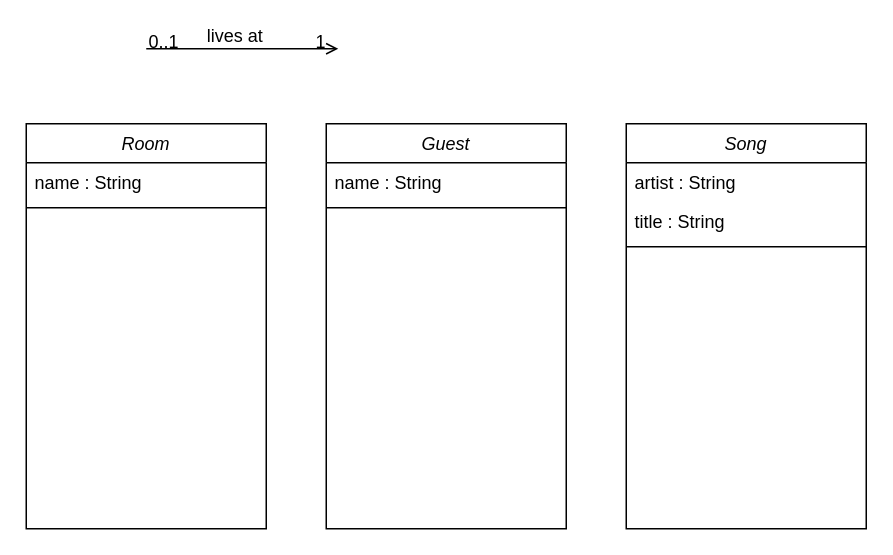
Earlier version of the draw.io diagram ClassDiagram.drawio (Michalju/week2_day5_homework). Source tidied: cells renumbered, new cells numbered last; positions are measured from the earlier drawing's top-left corner, leaving out a move shared by most shapes. Both pictures are drawn from the tidied source at 150%, with x=0, y=0 at pixel (26, 48).
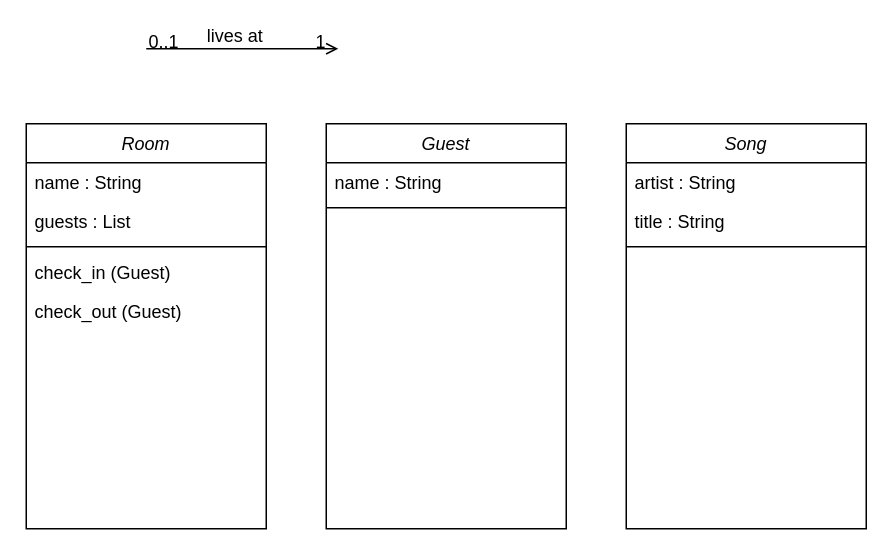
The same diagram, later.

Commit message (it also covers changes not shown here):
Added check_in method to class Room. Also tidy up some comments in few files

The change refers to these unchanged cells:
```xml
<mxCell id="2" value="Room" style="swimlane;fontStyle=2;align=center;verticalAlign=top;horizontal=1;startSize=26;rounded=0;shadow=0;strokeWidth=1;" parent="1" vertex="1">
  <mxGeometry y="50" width="160" height="270" as="geometry" />
</mxCell>
```

What changed in the source:
```diff
@@
+    <mxCell id="16" value="guests : List" style="text;align=left;verticalAlign=top;spacingLeft=4;spacingRight=4;overflow=hidden;" parent="2" vertex="1">
+      <mxGeometry y="52" width="160" height="26" as="geometry" />
+    </mxCell>
     <mxCell id="4" style="line;html=1;strokeWidth=1;align=left;verticalAlign=middle;spacingTop=-1;spacingLeft=3;spacingRight=3;labelPosition=right;" parent="2" vertex="1">
-      <mxGeometry y="52" width="160" height="8" as="geometry" />
+      <mxGeometry y="78" width="160" height="8" as="geometry" />
     </mxCell>
+    <mxCell id="17" value="check_in (Guest)" style="text;align=left;verticalAlign=top;spacingLeft=4;spacingRight=4;overflow=hidden;" parent="2" vertex="1">
+      <mxGeometry y="86" width="160" height="26" as="geometry" />
+    </mxCell>
+    <mxCell id="18" value="check_out (Guest)" style="text;align=left;verticalAlign=top;spacingLeft=4;spacingRight=4;overflow=hidden;" parent="2" vertex="1">
+      <mxGeometry y="112" width="160" height="26" as="geometry" />
+    </mxCell>
```
